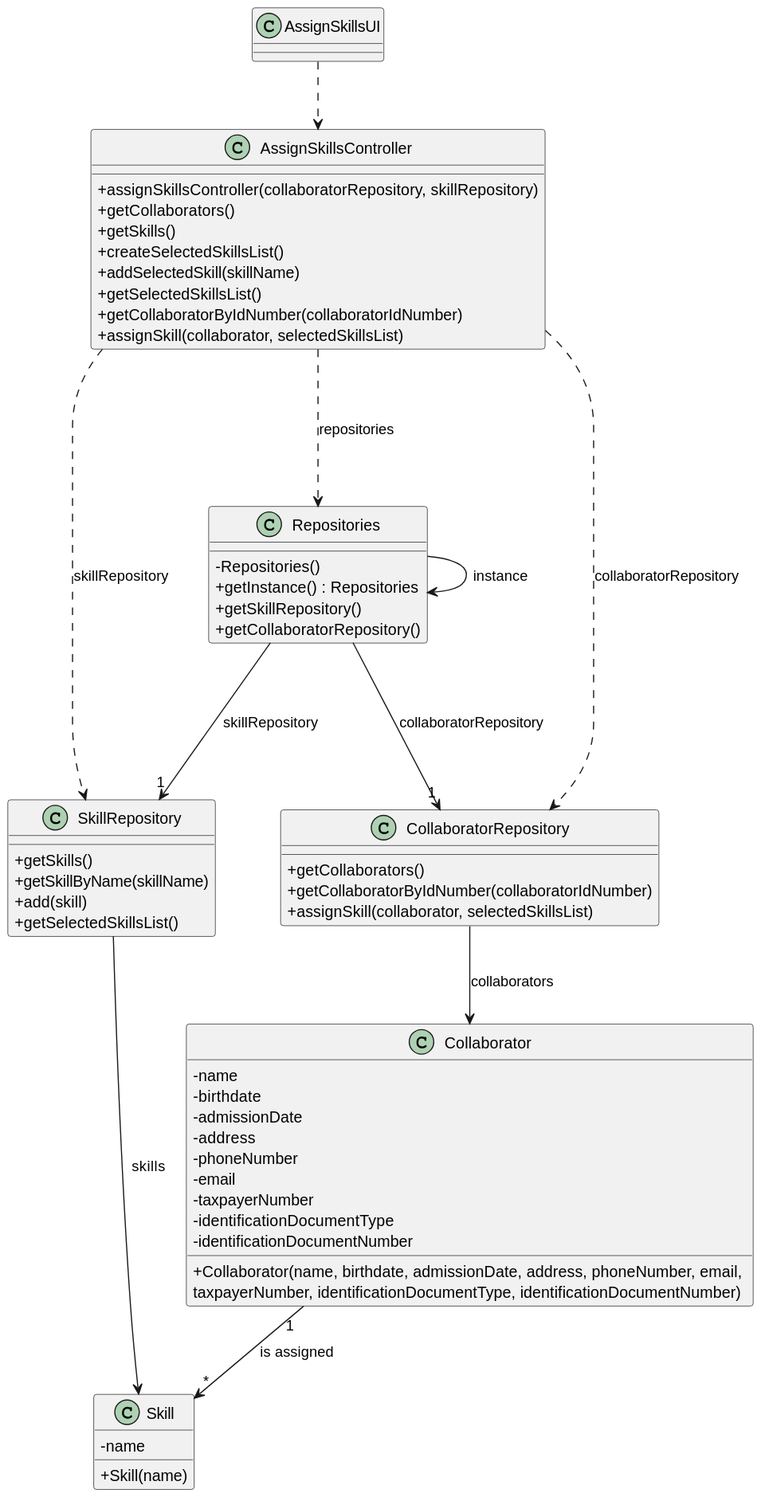
Before: docs/sprintC/us004/03.design/svg/us004-class-diagram.svg, a diagram exported from PlantUML (Departamento-de-Engenharia-Informatica/lei-24-s2-1dm-g132).
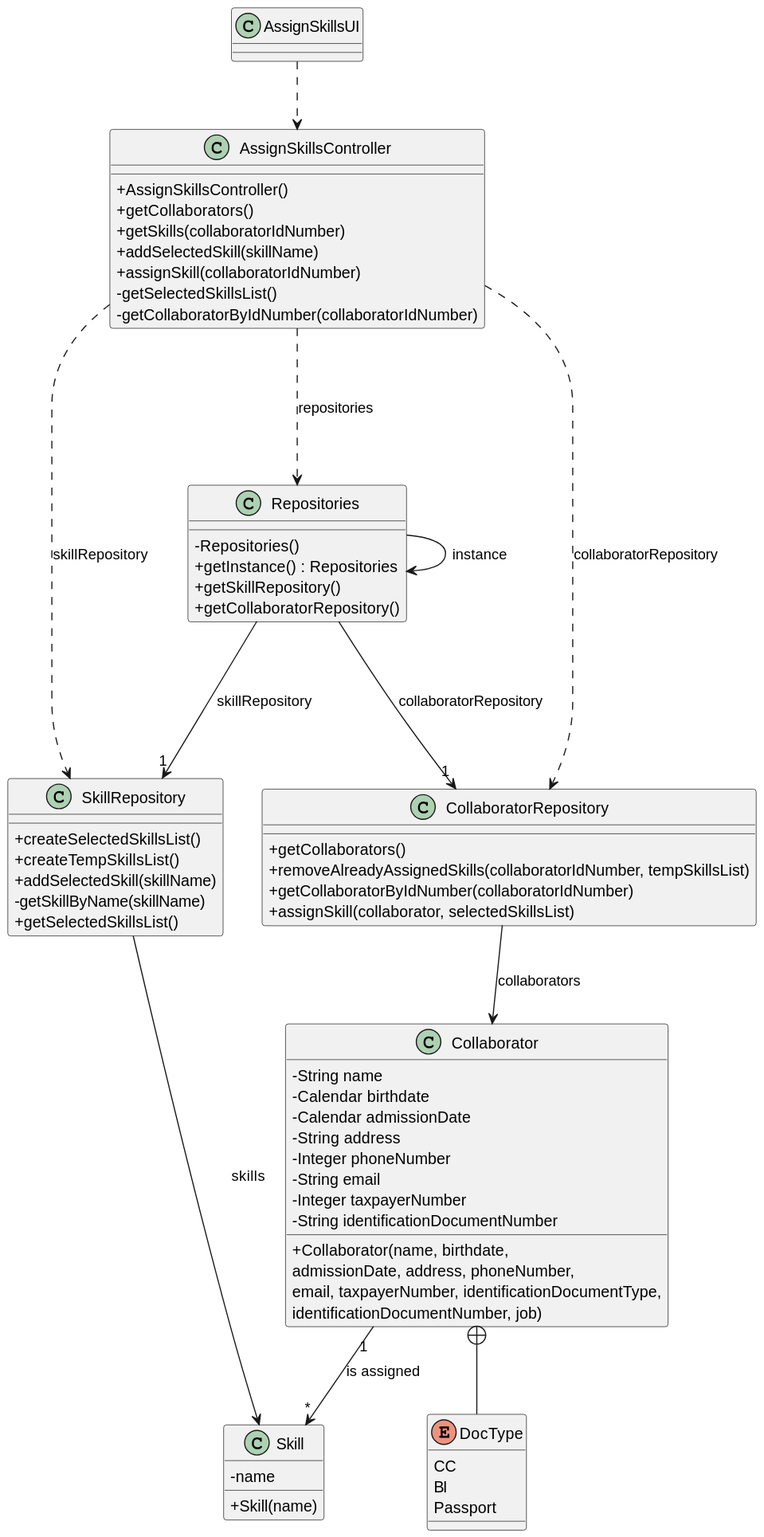
After the change.

What changed in the source:
```diff
@@ -14,28 +14,32 @@
 }
 
 class Collaborator {
-    - name
-    - birthdate
-    - admissionDate
-    - address
-    - phoneNumber
-    - email
-    - taxpayerNumber
-    - identificationDocumentType
-    - identificationDocumentNumber
-    + Collaborator(name, birthdate, admissionDate, address, phoneNumber, email, \ntaxpayerNumber, identificationDocumentType, identificationDocumentNumber)
+    - String name
+    - Calendar birthdate
+    - Calendar admissionDate
+    - String address
+    - Integer phoneNumber
+    - String email
+    - Integer taxpayerNumber
+    - String identificationDocumentNumber
+    + Collaborator(name, birthdate,\nadmissionDate, address, phoneNumber,\nemail, taxpayerNumber, identificationDocumentType,\nidentificationDocumentNumber, job)
+}
 
+enum DocType
+{
+    CC
+    BI
+    Passport
 }
 
 class AssignSkillsController {
-    + assignSkillsController(collaboratorRepository, skillRepository)
+    + AssignSkillsController()
     + getCollaborators()
-    + getSkills()
-    + createSelectedSkillsList()
+    + getSkills(collaboratorIdNumber)
     + addSelectedSkill(skillName)
-    + getSelectedSkillsList()
-    + getCollaboratorByIdNumber(collaboratorIdNumber)
-    + assignSkill(collaborator, selectedSkillsList)
+    + assignSkill(collaboratorIdNumber)
+    - getSelectedSkillsList()
+    - getCollaboratorByIdNumber(collaboratorIdNumber)
 }
 
 class AssignSkillsUI {
@@ -49,21 +53,25 @@
 }
 
 class SkillRepository {
-    + getSkills()
-    + getSkillByName(skillName)
-    + add(skill)
+    + createSelectedSkillsList()
+    + createTempSkillsList()
+    + addSelectedSkill(skillName)
+    - getSkillByName(skillName)
     + getSelectedSkillsList()
 }
 
 class CollaboratorRepository {
     + getCollaborators()
+    + removeAlreadyAssignedSkills(collaboratorIdNumber, tempSkillsList)
     + getCollaboratorByIdNumber(collaboratorIdNumber)
     + assignSkill(collaborator, selectedSkillsList)
 }
 
+Collaborator +-- DocType
 
 Collaborator "1" --> "*" Skill: is assigned
 AssignSkillsUI ..> AssignSkillsController
+
 AssignSkillsController ...> Repositories: repositories
 AssignSkillsController ..> SkillRepository: skillRepository
 AssignSkillsController ..> CollaboratorRepository: collaboratorRepository
```
